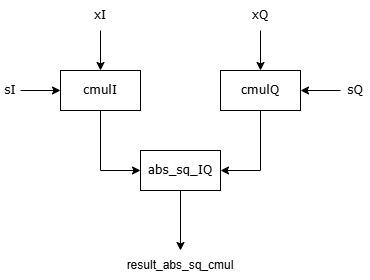
Before: gitfigures/system_design/fpga/sq_abs_cmul_4ch.png, a diagram exported from draw.io (Niclasapdk/esd5_project). Source tidied: cells renumbered, new cells last; positions are measured from the earlier drawing's top-left corner, leaving out a move shared by most shapes.
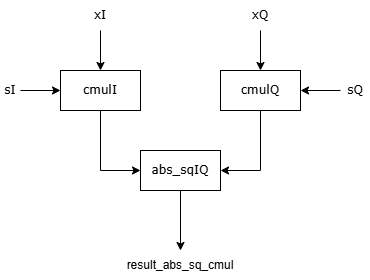
The same file after the commit.

Commit message:
update sq abs illustration

The edit, as a diff of the source:
```diff
@@ -17,7 +17,7 @@
     <mxCell id="6" style="edgeStyle=orthogonalEdgeStyle;rounded=0;jettySize=auto;html=1;exitX=0.5;exitY=1;exitDx=0;exitDy=0;entryX=0.5;entryY=0;entryDx=0;entryDy=0;" parent="1" edge="1" source="7" target="8">
       <mxGeometry relative="1" as="geometry" />
     </mxCell>
-    <mxCell id="7" value="&lt;font face=&quot;Verdana&quot;&gt;abs_sq_IQ&lt;/font&gt;" style="rounded=0;whiteSpace=wrap;html=1;" parent="1" vertex="1">
+    <mxCell id="7" value="&lt;font face=&quot;Verdana&quot;&gt;abs_sqIQ&lt;/font&gt;" style="rounded=0;whiteSpace=wrap;html=1;" parent="1" vertex="1">
       <mxGeometry x="140" y="150" width="80" height="40" as="geometry" />
     </mxCell>
     <mxCell id="8" value="result_abs_sq_cmul" style="text;html=1;align=center;verticalAlign=middle;whiteSpace=wrap;rounded=0;" parent="1" vertex="1">
```
